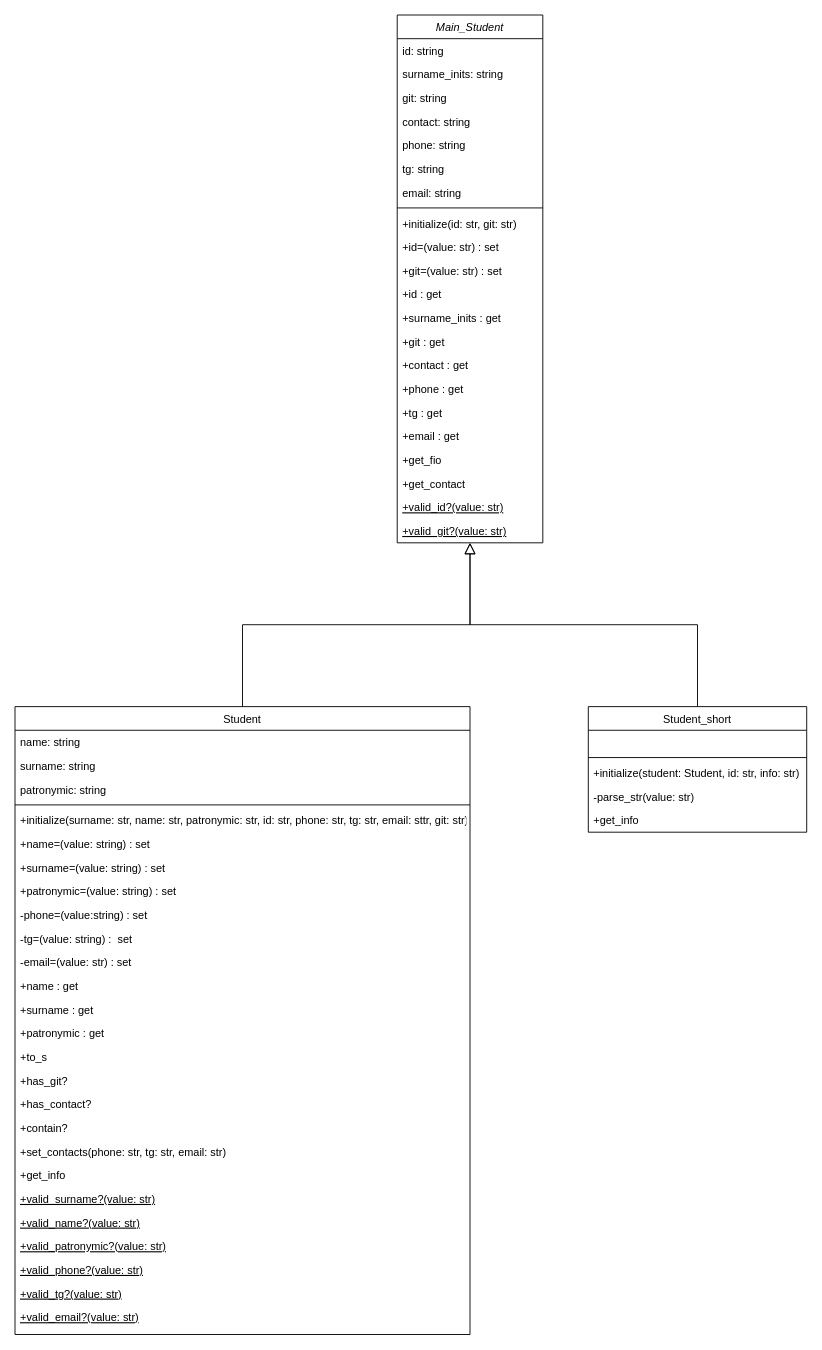
Above: Students/Ruby_Student.drawio in SDaKko/Ruby_exercises (draw.io), before the change. Source tidied: cells renumbered, new cells numbered last; positions are measured from the earlier drawing's top-left corner, leaving out a move shared by most shapes. Both pictures are drawn from the tidied source at 91%, with x=0, y=0 at pixel (15, 15).
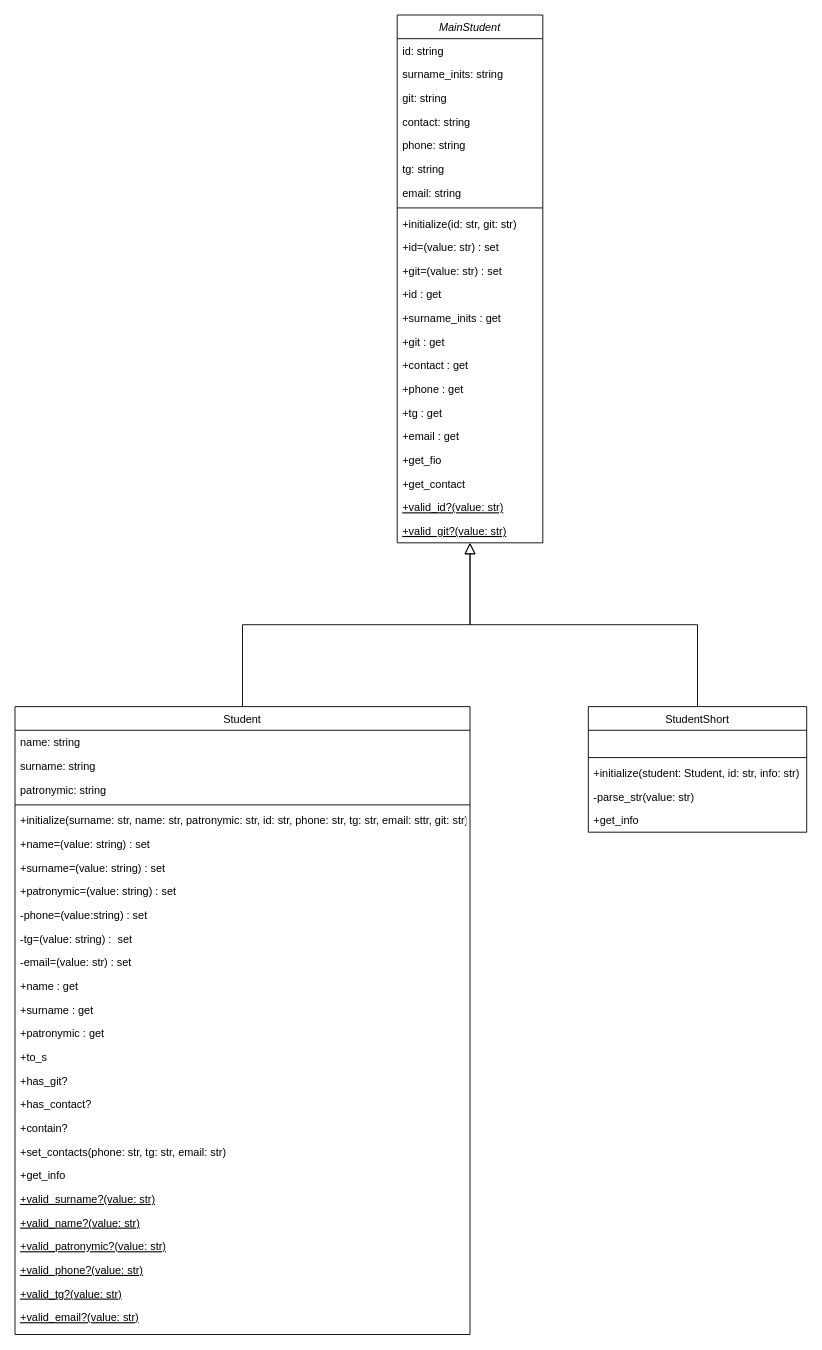
Above is the later version.

Commit message:
Изменили названия классов

The edit, as a diff of the source:
```diff
@@
-    <mxCell id="2" value="Main_Student" style="swimlane;fontStyle=2;align=center;verticalAlign=top;horizontal=1;startSize=26;rounded=0;shadow=0;strokeWidth=1;" parent="1" vertex="1">
+    <mxCell id="2" value="MainStudent" style="swimlane;fontStyle=2;align=center;verticalAlign=top;horizontal=1;startSize=26;rounded=0;shadow=0;strokeWidth=1;" parent="1" vertex="1">
       <mxGeometry x="420" width="160" height="580" as="geometry" />
     </mxCell>
@@
-    <mxCell id="54" value="Student_short" style="swimlane;fontStyle=0;align=center;verticalAlign=top;horizontal=1;startSize=26;rounded=0;shadow=0;strokeWidth=1;" parent="1" vertex="1">
+    <mxCell id="54" value="StudentShort" style="swimlane;fontStyle=0;align=center;verticalAlign=top;horizontal=1;startSize=26;rounded=0;shadow=0;strokeWidth=1;" parent="1" vertex="1">
       <mxGeometry x="630" y="760" width="240" height="138" as="geometry" />
     </mxCell>
```
